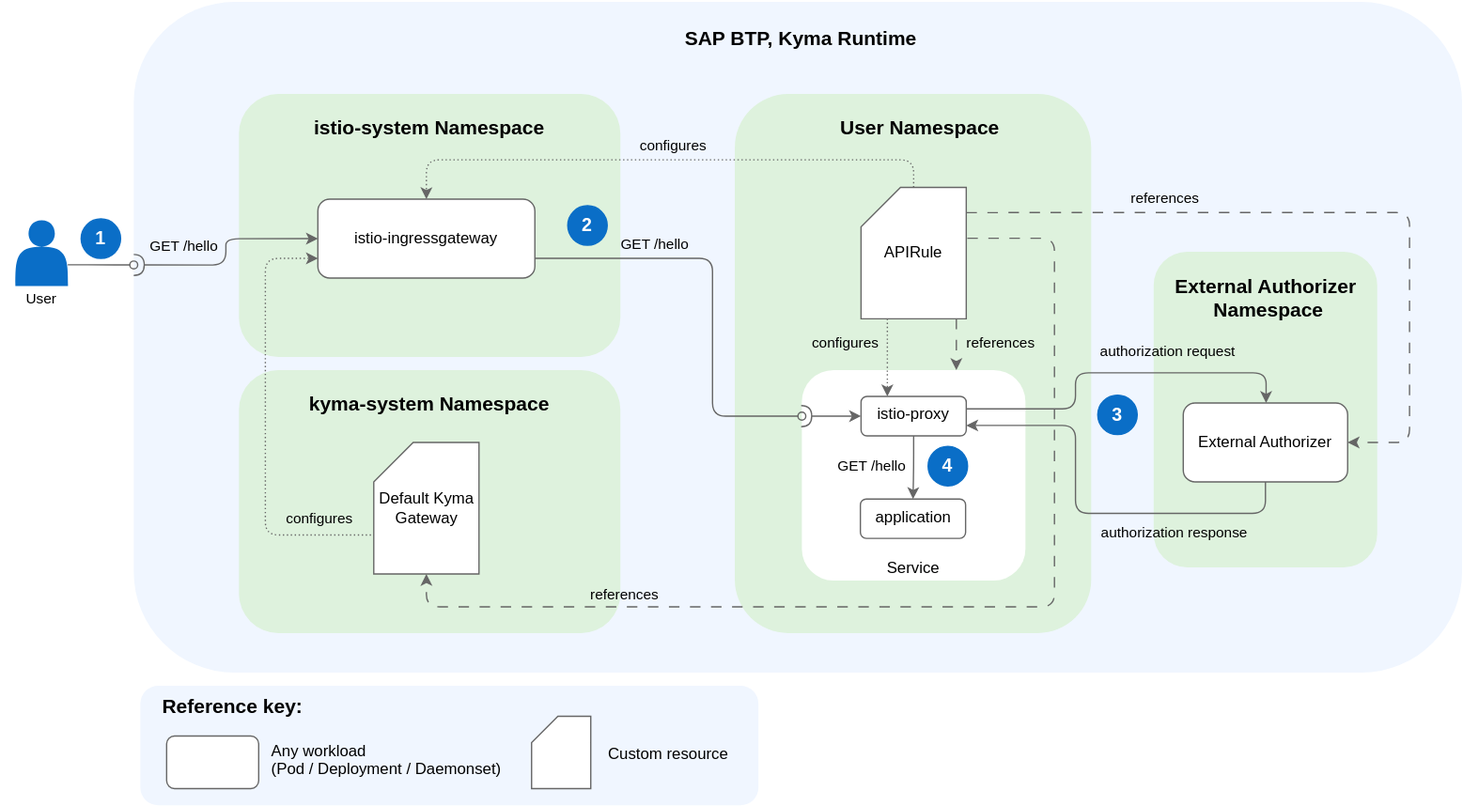
kyma-project/api-gateway keeps this draw.io diagram as docs/assets/APIRules-extauth.drawio.svg. Above is the earlier version. Source tidied: cells renumbered, new cells last; positions are measured from the earlier drawing's top-left corner, leaving out a move shared by most shapes.
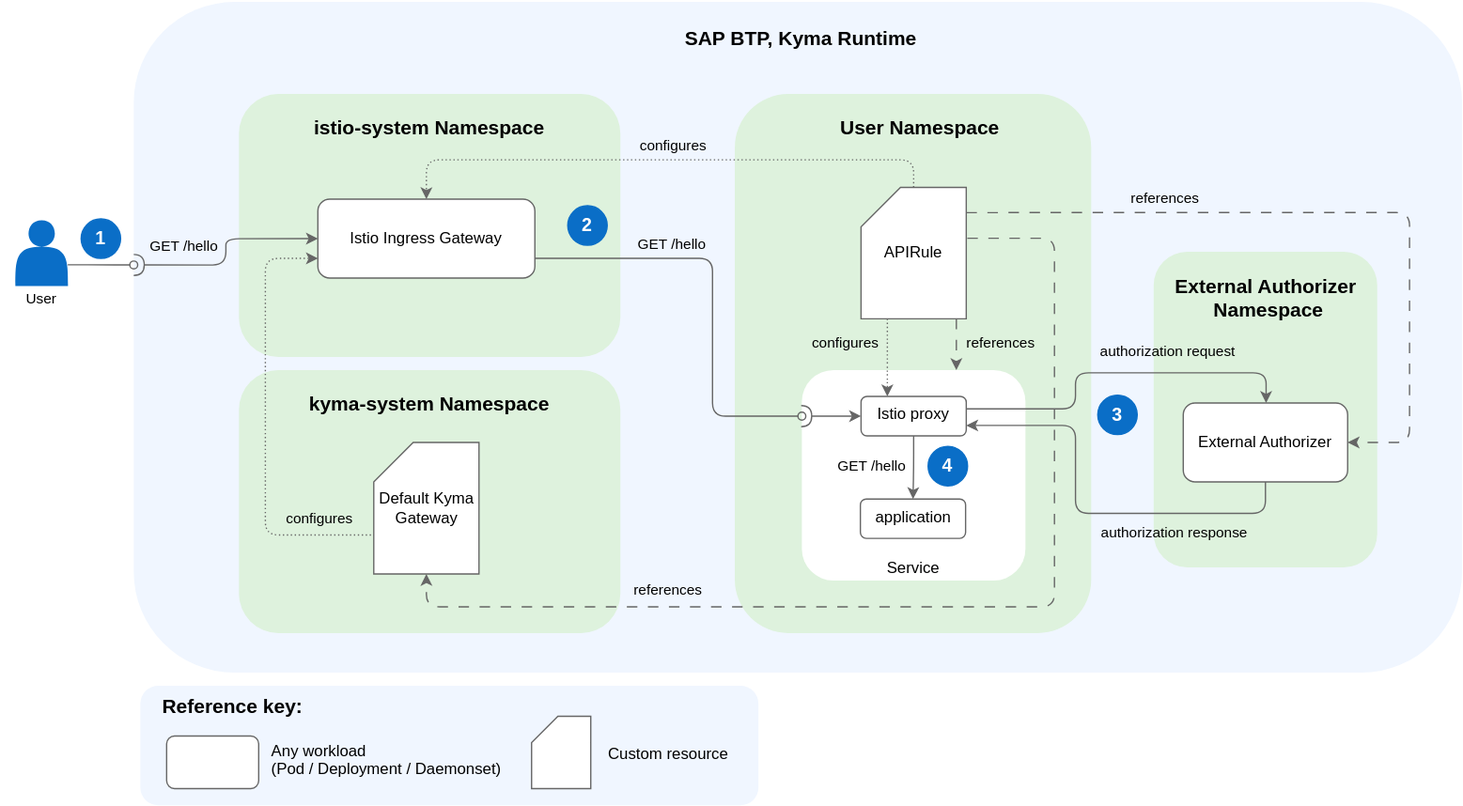
Above is the later version.

Diff of the diagram source:
```diff
@@ -33,7 +33,7 @@
     <mxCell id="8" value="&lt;font&gt;User&lt;/font&gt;" style="text;html=1;whiteSpace=wrap;strokeColor=none;fillColor=none;align=center;verticalAlign=middle;rounded=0;fontSize=11;" parent="1" vertex="1">
       <mxGeometry y="211" width="60" height="30" as="geometry" />
     </mxCell>
-    <mxCell id="9" value="istio-ingressgateway" style="rounded=1;whiteSpace=wrap;html=1;strokeColor=#666666;" parent="1" vertex="1">
+    <mxCell id="9" value="Istio Ingress Gateway" style="rounded=1;whiteSpace=wrap;html=1;strokeColor=#666666;" parent="1" vertex="1">
       <mxGeometry x="240" y="150" width="165" height="60" as="geometry" />
     </mxCell>
     <mxCell id="10" style="rounded=1;whiteSpace=wrap;html=1;fillColor=#DEF2DD;strokeColor=none;fontSize=15;fontStyle=1;verticalAlign=bottom;" parent="1" vertex="1">
@@ -103,7 +103,7 @@
     </mxCell>
     <mxCell id="22" value="references" style="edgeLabel;html=1;align=center;verticalAlign=middle;fontFamily=Helvetica;fontSize=11;fontColor=default;labelBackgroundColor=none;fillColor=none;gradientColor=none;" parent="21" vertex="1">
       <mxGeometry x="0.4" y="-1" relative="1" as="geometry">
-        <mxPoint x="-79" y="-9" as="offset" />
+        <mxPoint x="-46" y="-13" as="offset" />
       </mxGeometry>
     </mxCell>
     <mxCell id="23" style="edgeStyle=orthogonalEdgeStyle;rounded=1;orthogonalLoop=1;jettySize=auto;html=1;strokeColor=#666666;align=center;verticalAlign=middle;fontFamily=Helvetica;fontSize=11;fontColor=default;labelBackgroundColor=default;startArrow=none;startFill=0;endArrow=oval;curved=0;endFill=0;" parent="1" edge="1">
@@ -118,7 +118,7 @@
     </mxCell>
     <mxCell id="24" value="GET /hello" style="edgeLabel;html=1;align=center;verticalAlign=middle;fontFamily=Helvetica;fontSize=11;fontColor=default;labelBackgroundColor=none;fillColor=none;gradientColor=none;" parent="23" vertex="1">
       <mxGeometry x="-0.51" y="-2" relative="1" as="geometry">
-        <mxPoint x="12" y="-14" as="offset" />
+        <mxPoint x="25" y="-14" as="offset" />
       </mxGeometry>
     </mxCell>
     <mxCell id="25" value="&lt;font color=&quot;#ffffff&quot; size=&quot;1&quot;&gt;&lt;b style=&quot;font-size: 14px;&quot;&gt;1&lt;/b&gt;&lt;/font&gt;" style="ellipse;whiteSpace=wrap;html=1;fontSize=12;fillColor=#0a6ec7;strokeColor=#0a6ec7;" parent="1" vertex="1">
@@ -139,7 +139,7 @@
     <mxCell id="30" style="edgeStyle=orthogonalEdgeStyle;rounded=1;jettySize=auto;html=1;strokeColor=#666666;align=center;verticalAlign=middle;fontFamily=Helvetica;fontSize=11;fontColor=default;labelBackgroundColor=default;startArrow=none;startFill=0;endArrow=classic;curved=0;" parent="1" edge="1" source="31" target="32">
       <mxGeometry relative="1" as="geometry" />
     </mxCell>
-    <mxCell id="31" value="istio-proxy" style="rounded=1;whiteSpace=wrap;html=1;strokeColor=#666666;verticalAlign=top;" parent="1" vertex="1">
+    <mxCell id="31" value="Istio proxy" style="rounded=1;whiteSpace=wrap;html=1;strokeColor=#666666;verticalAlign=top;" parent="1" vertex="1">
       <mxGeometry x="653" y="300" width="80" height="30" as="geometry" />
     </mxCell>
     <mxCell id="32" value="application" style="rounded=1;whiteSpace=wrap;html=1;strokeColor=#666666;verticalAlign=top;" parent="1" vertex="1">
```
